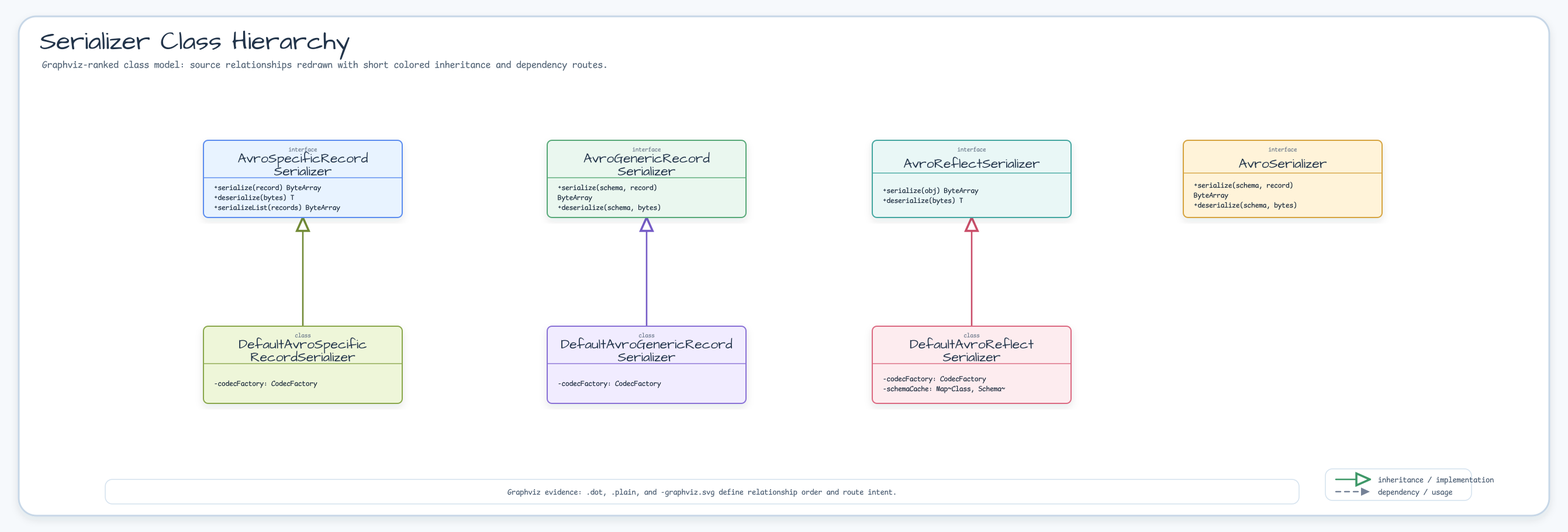
Above: docs/images/readme-diagrams/io-avro-diagram-01.png in bluetape4k/bluetape4k-projects (Graphviz), before the change. Its source is kept beside it as docs/images/readme-diagrams/io-avro-diagram-01.dot. Source of this version:
```dot
digraph G {
  graph [rankdir=TB, splines=ortho, nodesep=0.95, ranksep=1.2, outputorder=edgesfirst, pack=false, sep="+0.9,0.9"];
  node [shape=box, style="rounded,filled", fontname="Comic Mono", fontsize=11, margin="0.16,0.10", width=2.8, height=1.05];
  edge [fontname="Comic Mono", fontsize=10, arrowsize=0.75, penwidth=1.8];
  AvroSpecificRecordSerializer [label="AvroSpecificRecordSerializer", fillcolor="#E8F3FF", color="#5B8DEF"];
  AvroGenericRecordSerializer [label="AvroGenericRecordSerializer", fillcolor="#EAF7EF", color="#58A978"];
  AvroReflectSerializer [label="AvroReflectSerializer", fillcolor="#E9F7F6", color="#45A7A1"];
  AvroSerializer [label="AvroSerializer", fillcolor="#FFF3D9", color="#D6A441"];
  DefaultAvroReflectSerializer [label="DefaultAvroReflectSerializer", fillcolor="#FDECEF", color="#DC6B82"];
  DefaultAvroGenericRecordSerializer [label="DefaultAvroGenericRecordSerializer", fillcolor="#F1ECFF", color="#8A72D6"];
  DefaultAvroSpecificRecordSerializer [label="DefaultAvroSpecificRecordSerializer", fillcolor="#EEF6D9", color="#8BA84D"];
  { rank=source; AvroSpecificRecordSerializer; AvroGenericRecordSerializer; AvroReflectSerializer; AvroSerializer; }
  AvroReflectSerializer -> DefaultAvroReflectSerializer [color="#C94D68", fontcolor="#C94D68", style="solid", arrowhead="none", weight=10];
  AvroSpecificRecordSerializer -> DefaultAvroSpecificRecordSerializer [color="#718A35", fontcolor="#718A35", style="solid", arrowhead="none", weight=10];
  AvroGenericRecordSerializer -> DefaultAvroGenericRecordSerializer [color="#755BC6", fontcolor="#755BC6", style="solid", arrowhead="none", weight=10];
}
```
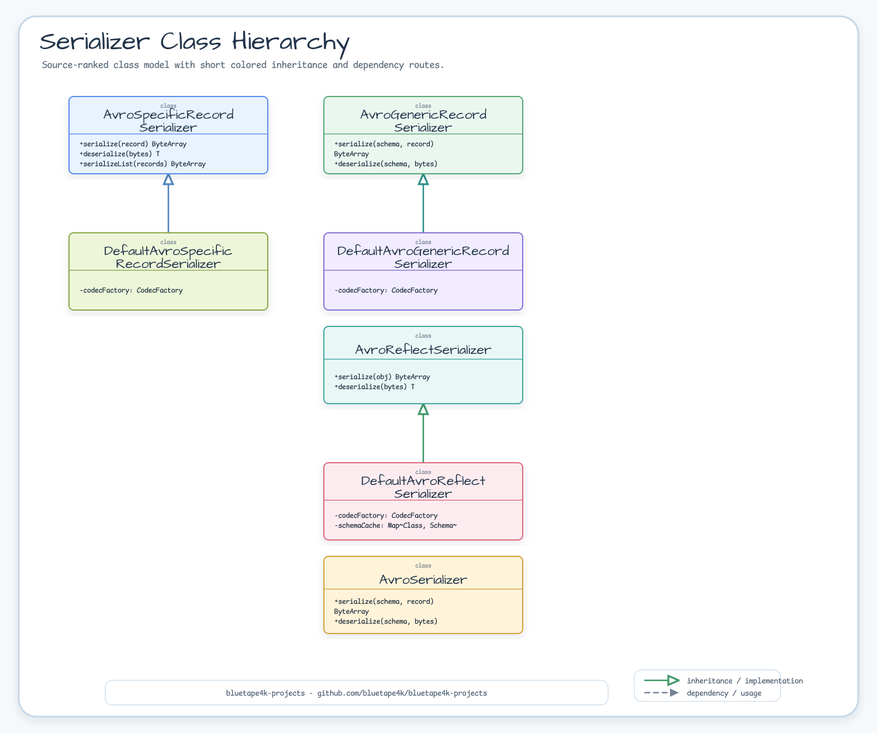
After the commit.

The edit, as a diff of the source:
```diff
@@ -9,8 +9,7 @@
   DefaultAvroReflectSerializer [label="DefaultAvroReflectSerializer", fillcolor="#FDECEF", color="#DC6B82"];
   DefaultAvroGenericRecordSerializer [label="DefaultAvroGenericRecordSerializer", fillcolor="#F1ECFF", color="#8A72D6"];
   DefaultAvroSpecificRecordSerializer [label="DefaultAvroSpecificRecordSerializer", fillcolor="#EEF6D9", color="#8BA84D"];
-  { rank=source; AvroSpecificRecordSerializer; AvroGenericRecordSerializer; AvroReflectSerializer; AvroSerializer; }
-  AvroReflectSerializer -> DefaultAvroReflectSerializer [color="#C94D68", fontcolor="#C94D68", style="solid", arrowhead="none", weight=10];
-  AvroSpecificRecordSerializer -> DefaultAvroSpecificRecordSerializer [color="#718A35", fontcolor="#718A35", style="solid", arrowhead="none", weight=10];
-  AvroGenericRecordSerializer -> DefaultAvroGenericRecordSerializer [color="#755BC6", fontcolor="#755BC6", style="solid", arrowhead="none", weight=10];
+  AvroReflectSerializer -> DefaultAvroReflectSerializer [color="#3E9868", fontcolor="#3E9868", style="solid", arrowhead="none", weight=10];
+  AvroSpecificRecordSerializer -> DefaultAvroSpecificRecordSerializer [color="#4F83BF", fontcolor="#4F83BF", style="solid", arrowhead="none", weight=10];
+  AvroGenericRecordSerializer -> DefaultAvroGenericRecordSerializer [color="#2E8F89", fontcolor="#2E8F89", style="solid", arrowhead="none", weight=10];
 }
```
